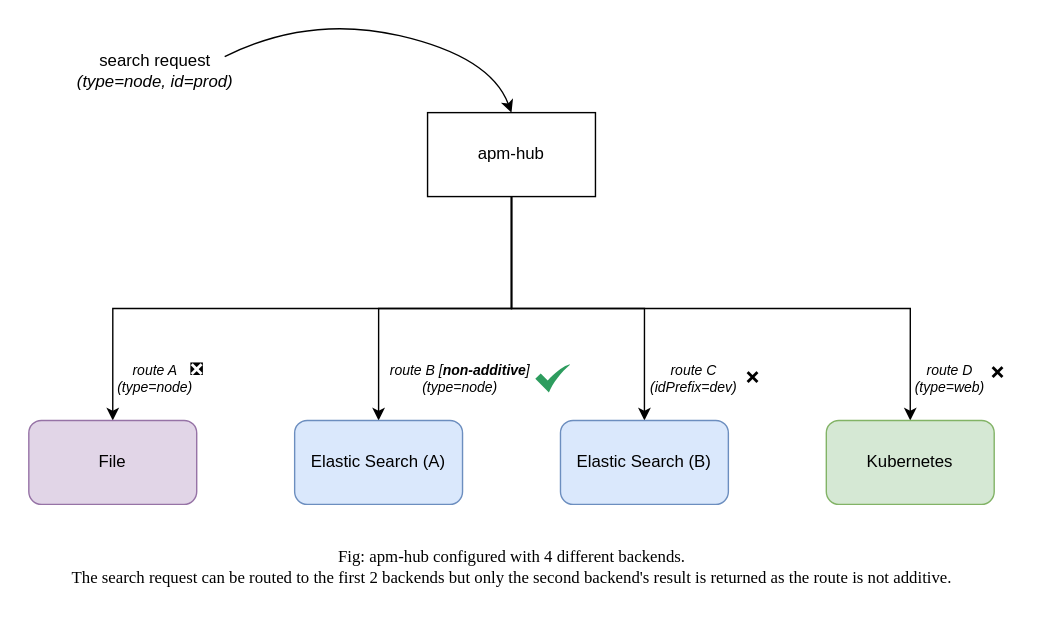
This is docs/apm-hub/non-additive-route.svg from flanksource/docs, a draw.io export, as it was before one commit. Source tidied: cells renumbered, new cells last; positions are measured from the earlier drawing's top-left corner, leaving out a move shared by most shapes.
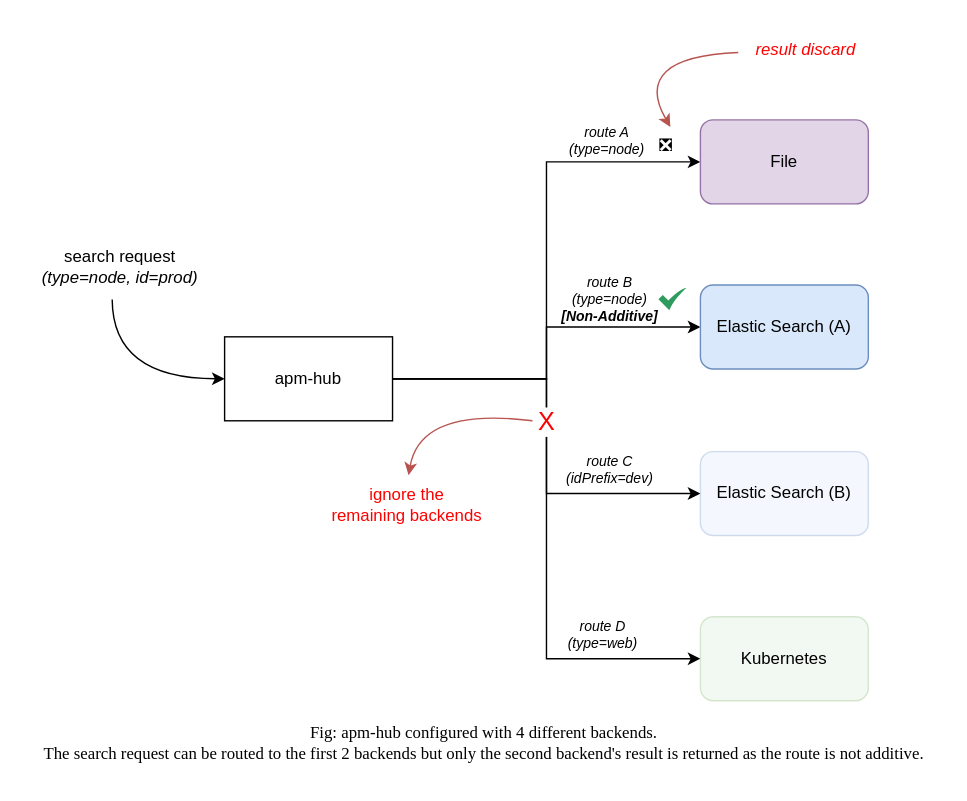
Later version of the same file.

Commit message:
modified diagram. Make it left -> right

What changed in the source:
```diff
@@ -2,81 +2,89 @@
   <root>
     <mxCell id="0" />
     <mxCell id="1" parent="0" />
+    <mxCell id="5" style="edgeStyle=orthogonalEdgeStyle;rounded=0;jettySize=auto;html=1;entryX=0;entryY=0.5;entryDx=0;entryDy=0;" parent="1" edge="1" source="6" target="7">
+      <mxGeometry relative="1" as="geometry" />
+    </mxCell>
-    <mxCell id="2" style="edgeStyle=orthogonalEdgeStyle;rounded=0;jettySize=auto;html=1;entryX=0.5;entryY=0;entryDx=0;entryDy=0;" parent="1" edge="1" source="6" target="8">
+    <mxCell id="2" style="edgeStyle=orthogonalEdgeStyle;rounded=0;jettySize=auto;html=1;entryX=0;entryY=0.5;entryDx=0;entryDy=0;" parent="1" edge="1" source="6" target="8">
       <mxGeometry relative="1" as="geometry" />
     </mxCell>
-    <mxCell id="3" style="edgeStyle=orthogonalEdgeStyle;rounded=0;jettySize=auto;html=1;entryX=0.5;entryY=0;entryDx=0;entryDy=0;" parent="1" edge="1" source="6" target="9">
+    <mxCell id="3" style="edgeStyle=orthogonalEdgeStyle;rounded=0;jettySize=auto;html=1;entryX=0;entryY=0.5;entryDx=0;entryDy=0;" parent="1" edge="1" source="6" target="9">
       <mxGeometry relative="1" as="geometry" />
     </mxCell>
-    <mxCell id="4" style="edgeStyle=orthogonalEdgeStyle;rounded=0;jettySize=auto;html=1;entryX=0.5;entryY=0;entryDx=0;entryDy=0;" parent="1" edge="1" source="6" target="10">
-      <mxGeometry relative="1" as="geometry">
-        <Array as="points">
-          <mxPoint x="345" y="210" />
-          <mxPoint x="630" y="210" />
-        </Array>
-      </mxGeometry>
+    <mxCell id="4" style="edgeStyle=orthogonalEdgeStyle;rounded=0;jettySize=auto;html=1;entryX=0;entryY=0.5;entryDx=0;entryDy=0;" parent="1" edge="1" source="6" target="10">
+      <mxGeometry relative="1" as="geometry" />
     </mxCell>
-    <mxCell id="5" style="edgeStyle=orthogonalEdgeStyle;rounded=0;jettySize=auto;html=1;entryX=0.5;entryY=0;entryDx=0;entryDy=0;labelBorderColor=#08FF41;fontColor=#17FF45;" parent="1" edge="1" source="6" target="7">
-      <mxGeometry relative="1" as="geometry">
-        <Array as="points">
-          <mxPoint x="345" y="210" />
-          <mxPoint x="60" y="210" />
-        </Array>
-      </mxGeometry>
-    </mxCell>
+    <mxCell id="22" value="X" style="edgeLabel;html=1;align=center;verticalAlign=middle;fontSize=18;fontColor=#FF0000;" parent="4" vertex="1">
+      <mxGeometry x="-0.33" y="-1" relative="1" as="geometry">
+        <mxPoint x="1" as="offset" />
+      </mxGeometry>
+    </mxCell>
     <mxCell id="6" value="apm-hub" style="rounded=0;whiteSpace=wrap;html=1;" parent="1" vertex="1">
-      <mxGeometry x="285" y="70" width="120" height="60" as="geometry" />
+      <mxGeometry x="160" y="140" width="120" height="60" as="geometry" />
     </mxCell>
     <mxCell id="7" value="File" style="rounded=1;whiteSpace=wrap;html=1;fillColor=#e1d5e7;strokeColor=#9673a6;" parent="1" vertex="1">
-      <mxGeometry y="290" width="120" height="60" as="geometry" />
+      <mxGeometry x="500" y="-15" width="120" height="60" as="geometry" />
     </mxCell>
     <mxCell id="8" value="Elastic Search (A)" style="rounded=1;whiteSpace=wrap;html=1;fillColor=#dae8fc;strokeColor=#6c8ebf;" parent="1" vertex="1">
-      <mxGeometry x="190" y="290" width="120" height="60" as="geometry" />
+      <mxGeometry x="500" y="103" width="120" height="60" as="geometry" />
     </mxCell>
-    <mxCell id="9" value="Elastic Search (B)" style="rounded=1;whiteSpace=wrap;html=1;fillColor=#dae8fc;strokeColor=#6c8ebf;" parent="1" vertex="1">
-      <mxGeometry x="380" y="290" width="120" height="60" as="geometry" />
+    <mxCell id="9" value="Elastic Search (B)" style="rounded=1;whiteSpace=wrap;html=1;fillColor=#dae8fc;strokeColor=#6c8ebf;opacity=30;" parent="1" vertex="1">
+      <mxGeometry x="500" y="222" width="120" height="60" as="geometry" />
     </mxCell>
-    <mxCell id="10" value="Kubernetes" style="rounded=1;whiteSpace=wrap;html=1;fillColor=#d5e8d4;strokeColor=#82b366;" parent="1" vertex="1">
-      <mxGeometry x="570" y="290" width="120" height="60" as="geometry" />
+    <mxCell id="10" value="Kubernetes" style="rounded=1;whiteSpace=wrap;html=1;fillColor=#d5e8d4;strokeColor=#82b366;opacity=30;" parent="1" vertex="1">
+      <mxGeometry x="500" y="340" width="120" height="60" as="geometry" />
     </mxCell>
     <mxCell id="11" value="route A&lt;br&gt;(type=node)" style="text;html=1;align=center;verticalAlign=middle;strokeColor=none;fillColor=none;fontStyle=2;fontSize=10;" parent="1" vertex="1">
-      <mxGeometry x="50" y="240" width="80" height="40" as="geometry" />
+      <mxGeometry x="393" y="-20" width="80" height="40" as="geometry" />
     </mxCell>
-    <mxCell id="12" value="route B [&lt;b&gt;non-additive&lt;/b&gt;]&lt;br&gt;(type=node)" style="text;html=1;align=center;verticalAlign=middle;strokeColor=none;fillColor=none;fontSize=10;fontStyle=2;" parent="1" vertex="1">
-      <mxGeometry x="248" y="240" width="120" height="40" as="geometry" />
+    <mxCell id="12" value="route B &lt;br&gt;(type=node)&lt;br&gt;&lt;b&gt;[Non-Additive]&lt;/b&gt;" style="text;html=1;align=center;verticalAlign=middle;strokeColor=none;fillColor=none;fontSize=10;fontStyle=2;" parent="1" vertex="1">
+      <mxGeometry x="390" y="88" width="90" height="50" as="geometry" />
     </mxCell>
     <mxCell id="13" value="route C&lt;br&gt;(idPrefix=dev)" style="text;html=1;align=center;verticalAlign=middle;strokeColor=none;fillColor=none;fontStyle=2;fontSize=10;" parent="1" vertex="1">
-      <mxGeometry x="430" y="240" width="90" height="40" as="geometry" />
+      <mxGeometry x="390" y="215" width="90" height="40" as="geometry" />
     </mxCell>
-    <mxCell id="14" value="route D&lt;br&gt;(type=web)" style="text;html=1;align=center;verticalAlign=middle;strokeColor=none;fillColor=none;fontSize=10;fontStyle=2;" parent="1" vertex="1">
-      <mxGeometry x="623" y="240" width="70" height="40" as="geometry" />
+    <mxCell id="14" value="route D&lt;br&gt;(type=web)" style="text;html=1;align=center;verticalAlign=middle;strokeColor=none;fillColor=none;fontSize=10;fontStyle=2;opacity=50;" parent="1" vertex="1">
+      <mxGeometry x="395" y="333" width="70" height="40" as="geometry" />
     </mxCell>
-    <mxCell id="15" value="&lt;font face=&quot;Times New Roman&quot;&gt;Fig: apm-hub configured with 4 different backends. &lt;br&gt;The search request can be routed to the first 2 backends but only the second backend's result is returned as the route is not additive.&lt;/font&gt;" style="text;html=1;align=center;verticalAlign=middle;strokeColor=none;fillColor=none;" parent="1" vertex="1">
-      <mxGeometry x="20" y="375" width="650" height="40" as="geometry" />
+    <mxCell id="15" value="&lt;font face=&quot;Times New Roman&quot;&gt;Fig: apm-hub configured with 4 different backends.&lt;br style=&quot;border-color: var(--border-color);&quot;&gt;The search request can be routed to the first 2 backends but only the second backend's result is returned as the route is not additive.&lt;/font&gt;" style="text;html=1;align=center;verticalAlign=middle;strokeColor=none;fillColor=none;" parent="1" vertex="1">
+      <mxGeometry x="20" y="410" width="650" height="40" as="geometry" />
     </mxCell>
-    <mxCell id="16" style="curved=1;endArrow=classic;html=1;rounded=0;entryX=0.5;entryY=0;entryDx=0;entryDy=0;" parent="1" edge="1" target="6">
-      <mxGeometry relative="1" as="geometry">
-        <mxPoint x="140" y="30" as="sourcePoint" />
-        <Array as="points">
-          <mxPoint x="200" />
-          <mxPoint x="330" y="30" />
-        </Array>
-      </mxGeometry>
-    </mxCell>
     <mxCell id="17" value="search request&lt;br&gt;&lt;i&gt;(type=node,&amp;nbsp;id=prod)&lt;/i&gt;" style="text;html=1;align=center;verticalAlign=middle;points=[];strokeColor=none;fillColor=none;" parent="1" vertex="1">
-      <mxGeometry x="25" y="20" width="130" height="40" as="geometry" />
+      <mxGeometry x="20" y="70" width="130" height="40" as="geometry" />
     </mxCell>
-    <mxCell id="18" style="sketch=0;html=1;strokeColor=none;shadow=0;align=center;fillColor=#2D9C5E;verticalAlign=top;labelPosition=center;verticalLabelPosition=bottom;shape=mxgraph.gcp2.check;" parent="1" vertex="1">
-      <mxGeometry x="362" y="250" width="25" height="20" as="geometry" />
+    <mxCell id="18" style="sketch=0;html=1;strokeColor=none;shadow=0;align=center;fillColor=#2D9C5E;verticalAlign=top;labelPosition=center;verticalLabelPosition=bottom;shape=mxgraph.gcp2.check;whiteSpace=wrap;" parent="1" vertex="1">
+      <mxGeometry x="470" y="105" width="20" height="16" as="geometry" />
     </mxCell>
-    <mxCell id="19" value="❌" style="text;html=1;align=center;verticalAlign=middle;strokeColor=none;fillColor=none;" parent="1" vertex="1">
-      <mxGeometry x="497" y="245" width="40" height="30" as="geometry" />
-    </mxCell>
-    <mxCell id="20" value="❌" style="text;whiteSpace=wrap;html=1;" parent="1" vertex="1">
-      <mxGeometry x="686" y="242" width="24" height="18" as="geometry" />
-    </mxCell>
+    <mxCell id="23" style="curved=1;endArrow=classic;html=1;rounded=0;entryX=0;entryY=0.5;entryDx=0;entryDy=0;exitX=0.459;exitY=1.085;exitDx=0;exitDy=0;exitPerimeter=0;" parent="1" edge="1" source="17" target="6">
+      <mxGeometry relative="1" as="geometry">
+        <Array as="points">
+          <mxPoint x="80" y="170" />
+        </Array>
+      </mxGeometry>
+    </mxCell>
-    <mxCell id="21" value="❎" style="text;html=1;align=center;verticalAlign=middle;points=[];strokeColor=none;fillColor=none;" parent="1" vertex="1">
-      <mxGeometry x="100" y="239" width="40" height="30" as="geometry" />
+    <mxCell id="21" value="❎" style="text;whiteSpace=wrap;html=1;" parent="1" vertex="1">
+      <mxGeometry x="468.5" y="-10" width="20" height="20" as="geometry" />
     </mxCell>
+    <mxCell id="24" value="result discard" style="text;html=1;align=center;verticalAlign=middle;points=[];strokeColor=none;fillColor=none;fontStyle=2;fontFamily=Helvetica;fontColor=#FF0000;" parent="1" vertex="1">
+      <mxGeometry x="530" y="-80" width="90" height="30" as="geometry" />
+    </mxCell>
+    <mxCell id="25" style="curved=1;endArrow=classic;html=1;rounded=0;entryX=0.5;entryY=0;entryDx=0;entryDy=0;exitX=-0.033;exitY=0.561;exitDx=0;exitDy=0;exitPerimeter=0;fontColor=#67AB9F;fillColor=#f8cecc;strokeColor=#b85450;" parent="1" edge="1" source="24" target="21">
+      <mxGeometry relative="1" as="geometry">
+        <Array as="points">
+          <mxPoint x="450" y="-60" />
+        </Array>
+      </mxGeometry>
+    </mxCell>
+    <mxCell id="26" value="ignore the&lt;br&gt;remaining backends" style="text;html=1;align=center;verticalAlign=middle;points=[];strokeColor=none;fillColor=none;fontColor=#FF0000;" parent="1" vertex="1">
+      <mxGeometry x="225" y="240" width="130" height="40" as="geometry" />
+    </mxCell>
+    <mxCell id="27" style="curved=1;endArrow=classic;html=1;rounded=0;entryX=0.511;entryY=-0.028;entryDx=0;entryDy=0;entryPerimeter=0;fillColor=#f8cecc;strokeColor=#b85450;" parent="1" edge="1" target="26">
+      <mxGeometry relative="1" as="geometry">
+        <mxPoint x="380" y="200" as="sourcePoint" />
+        <Array as="points">
+          <mxPoint x="300" y="190" />
+        </Array>
+      </mxGeometry>
+    </mxCell>
   </root>
 </mxGraphModel>
```
